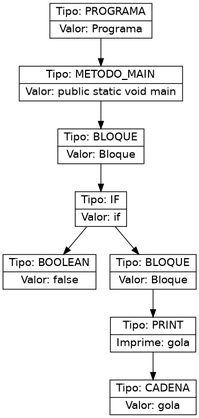
Above: ast.png in Farot30/OLC2_2s2025_202307820 (Graphviz), before the change. Its source is kept beside it as ast.dot.
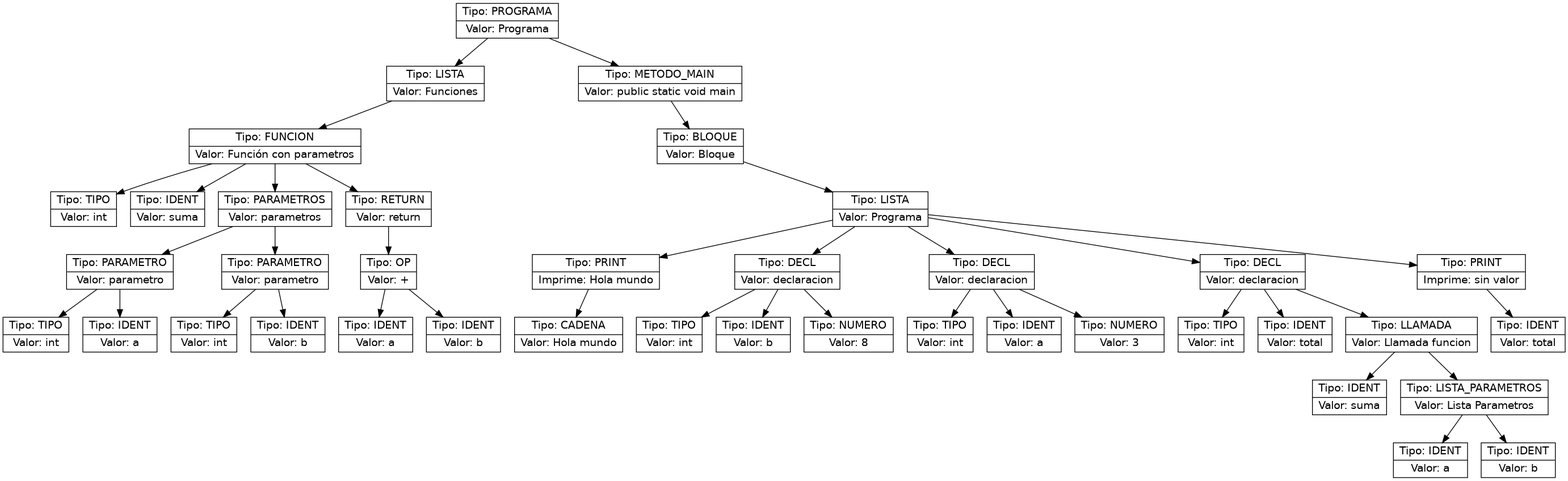
The same diagram one commit later.

What changed in the source:
```diff
@@ -1,18 +1,80 @@
 digraph AST {
   node [shape=record,fontname="Helvetica"];
-  n0x65289a947df0 [label="{Tipo: PROGRAMA|Valor: Programa}"];
-  n0x65289a947df0 -> n0x65289a946320;
-  n0x65289a946320 [label="{Tipo: METODO_MAIN|Valor: public static void main}"];
-  n0x65289a946320 -> n0x65289a8272e0;
-  n0x65289a8272e0 [label="{Tipo: BLOQUE|Valor: Bloque}"];
-  n0x65289a8272e0 -> n0x65289a676850;
-  n0x65289a676850 [label="{Tipo: IF|Valor: if}"];
-  n0x65289a676850 -> n0x65289a92e2d0;
-  n0x65289a92e2d0 [label="{Tipo: BOOLEAN|Valor: false}"];
-  n0x65289a676850 -> n0x65289a94cce0;
-  n0x65289a94cce0 [label="{Tipo: BLOQUE|Valor: Bloque}"];
-  n0x65289a94cce0 -> n0x65289a87acb0;
-  n0x65289a87acb0 [label="{Tipo: PRINT|Imprime: gola}"];
-  n0x65289a87acb0 -> n0x65289a947cd0;
-  n0x65289a947cd0 [label="{Tipo: CADENA|Valor: gola}"];
+  n0x580c5e68c810 [label="{Tipo: PROGRAMA|Valor: Programa}"];
+  n0x580c5e68c810 -> n0x580c5ea1dd20;
+  n0x580c5ea1dd20 [label="{Tipo: LISTA|Valor: Funciones}"];
+  n0x580c5ea1dd20 -> n0x580c5ea2b300;
+  n0x580c5ea2b300 [label="{Tipo: FUNCION|Valor: Función con parametros}"];
+  n0x580c5ea2b300 -> n0x580c5e683650;
+  n0x580c5e683650 [label="{Tipo: TIPO|Valor: int}"];
+  n0x580c5ea2b300 -> n0x580c5e93e940;
+  n0x580c5e93e940 [label="{Tipo: IDENT|Valor: suma}"];
+  n0x580c5ea2b300 -> n0x580c5e89cfe0;
+  n0x580c5e89cfe0 [label="{Tipo: PARAMETROS|Valor: parametros}"];
+  n0x580c5e89cfe0 -> n0x580c5e9ed690;
+  n0x580c5e9ed690 [label="{Tipo: PARAMETRO|Valor: parametro}"];
+  n0x580c5e9ed690 -> n0x580c5e9fb3b0;
+  n0x580c5e9fb3b0 [label="{Tipo: TIPO|Valor: int}"];
+  n0x580c5e9ed690 -> n0x580c5e66e1d0;
+  n0x580c5e66e1d0 [label="{Tipo: IDENT|Valor: a}"];
+  n0x580c5e89cfe0 -> n0x580c5e6d9c10;
+  n0x580c5e6d9c10 [label="{Tipo: PARAMETRO|Valor: parametro}"];
+  n0x580c5e6d9c10 -> n0x580c5e688af0;
+  n0x580c5e688af0 [label="{Tipo: TIPO|Valor: int}"];
+  n0x580c5e6d9c10 -> n0x580c5e6b13a0;
+  n0x580c5e6b13a0 [label="{Tipo: IDENT|Valor: b}"];
+  n0x580c5ea2b300 -> n0x580c5e94ef40;
+  n0x580c5e94ef40 [label="{Tipo: RETURN|Valor: return}"];
+  n0x580c5e94ef40 -> n0x580c5e933f00;
+  n0x580c5e933f00 [label="{Tipo: OP|Valor: +}"];
+  n0x580c5e933f00 -> n0x580c5ea96f00;
+  n0x580c5ea96f00 [label="{Tipo: IDENT|Valor: a}"];
+  n0x580c5e933f00 -> n0x580c5e93be40;
+  n0x580c5e93be40 [label="{Tipo: IDENT|Valor: b}"];
+  n0x580c5e68c810 -> n0x580c5e68d7d0;
+  n0x580c5e68d7d0 [label="{Tipo: METODO_MAIN|Valor: public static void main}"];
+  n0x580c5e68d7d0 -> n0x580c5e6a0d40;
+  n0x580c5e6a0d40 [label="{Tipo: BLOQUE|Valor: Bloque}"];
+  n0x580c5e6a0d40 -> n0x580c5e691d80;
+  n0x580c5e691d80 [label="{Tipo: LISTA|Valor: Programa}"];
+  n0x580c5e691d80 -> n0x580c5e62bd70;
+  n0x580c5e62bd70 [label="{Tipo: PRINT|Imprime: Hola mundo}"];
+  n0x580c5e62bd70 -> n0x580c5e9e97b0;
+  n0x580c5e9e97b0 [label="{Tipo: CADENA|Valor: Hola mundo}"];
+  n0x580c5e691d80 -> n0x580c5e949c40;
+  n0x580c5e949c40 [label="{Tipo: DECL|Valor: declaracion}"];
+  n0x580c5e949c40 -> n0x580c5e66db90;
+  n0x580c5e66db90 [label="{Tipo: TIPO|Valor: int}"];
+  n0x580c5e949c40 -> n0x580c5e7ffaa0;
+  n0x580c5e7ffaa0 [label="{Tipo: IDENT|Valor: b}"];
+  n0x580c5e949c40 -> n0x580c5e8dee60;
+  n0x580c5e8dee60 [label="{Tipo: NUMERO|Valor: 8}"];
+  n0x580c5e691d80 -> n0x580c5ea8f960;
+  n0x580c5ea8f960 [label="{Tipo: DECL|Valor: declaracion}"];
+  n0x580c5ea8f960 -> n0x580c5e93fea0;
+  n0x580c5e93fea0 [label="{Tipo: TIPO|Valor: int}"];
+  n0x580c5ea8f960 -> n0x580c5e94eb00;
+  n0x580c5e94eb00 [label="{Tipo: IDENT|Valor: a}"];
+  n0x580c5ea8f960 -> n0x580c5e6937f0;
+  n0x580c5e6937f0 [label="{Tipo: NUMERO|Valor: 3}"];
+  n0x580c5e691d80 -> n0x580c5e6ad400;
+  n0x580c5e6ad400 [label="{Tipo: DECL|Valor: declaracion}"];
+  n0x580c5e6ad400 -> n0x580c5e94bf20;
+  n0x580c5e94bf20 [label="{Tipo: TIPO|Valor: int}"];
+  n0x580c5e6ad400 -> n0x580c5e8e0010;
+  n0x580c5e8e0010 [label="{Tipo: IDENT|Valor: total}"];
+  n0x580c5e6ad400 -> n0x580c5ea3efe0;
+  n0x580c5ea3efe0 [label="{Tipo: LLAMADA|Valor: Llamada funcion}"];
+  n0x580c5ea3efe0 -> n0x580c5e67a3b0;
+  n0x580c5e67a3b0 [label="{Tipo: IDENT|Valor: suma}"];
+  n0x580c5ea3efe0 -> n0x580c5e93e580;
+  n0x580c5e93e580 [label="{Tipo: LISTA_PARAMETROS|Valor: Lista Parametros}"];
+  n0x580c5e93e580 -> n0x580c5ea263a0;
+  n0x580c5ea263a0 [label="{Tipo: IDENT|Valor: a}"];
+  n0x580c5e93e580 -> n0x580c5e687090;
+  n0x580c5e687090 [label="{Tipo: IDENT|Valor: b}"];
+  n0x580c5e691d80 -> n0x580c5ea1df00;
+  n0x580c5ea1df00 [label="{Tipo: PRINT|Imprime: sin valor}"];
+  n0x580c5ea1df00 -> n0x580c5e9073f0;
+  n0x580c5e9073f0 [label="{Tipo: IDENT|Valor: total}"];
 }
```
